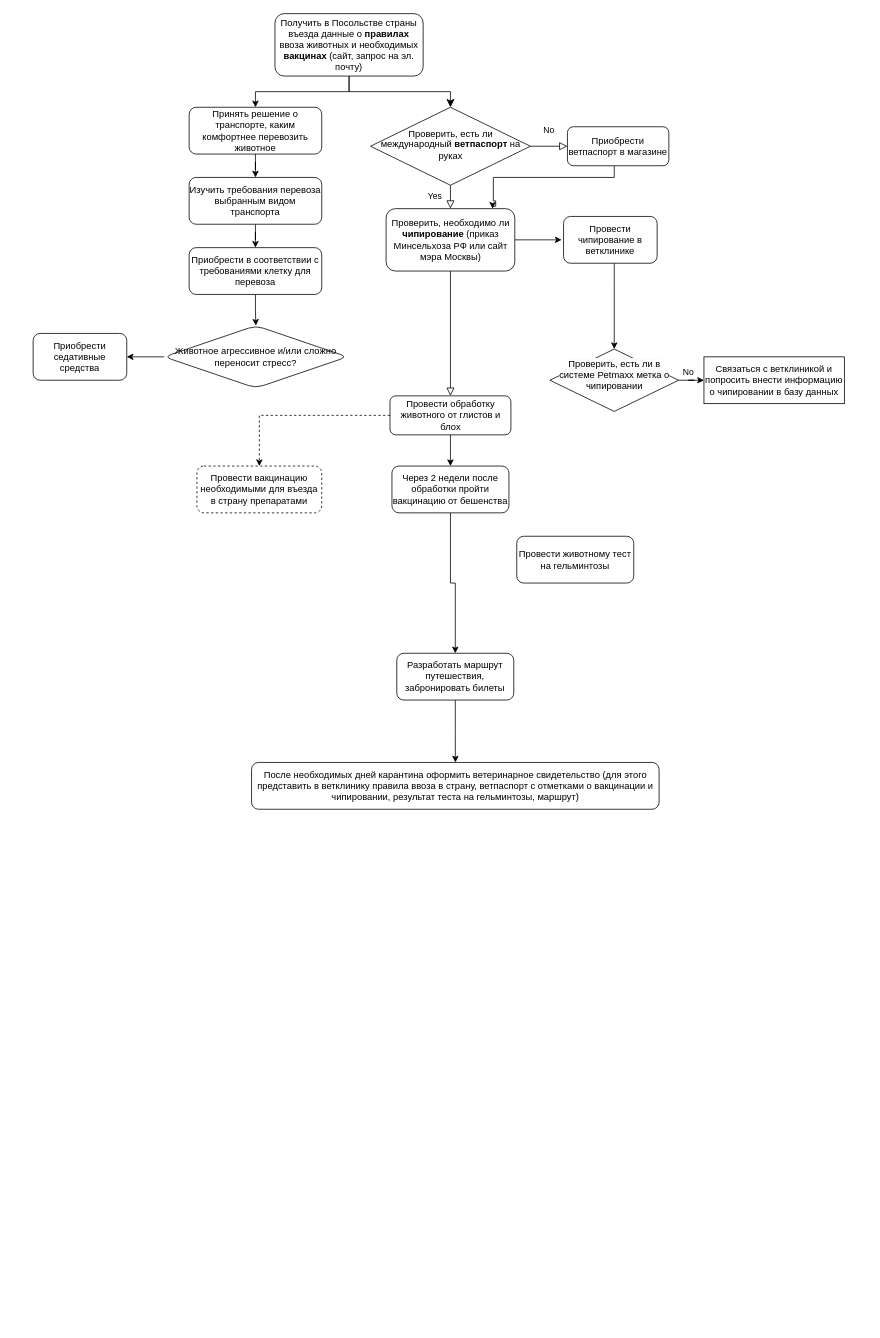
ttachyon/test_task_Kontur keeps this draw.io diagram as Диаграмма без названия.drawio.xml. Above is the earlier version. Source tidied: cells renumbered, new cells numbered last; positions are measured from the earlier drawing's top-left corner, leaving out a move shared by most shapes. Both pictures are drawn from the tidied source at 78%, with x=0, y=0 at pixel (33, 13).
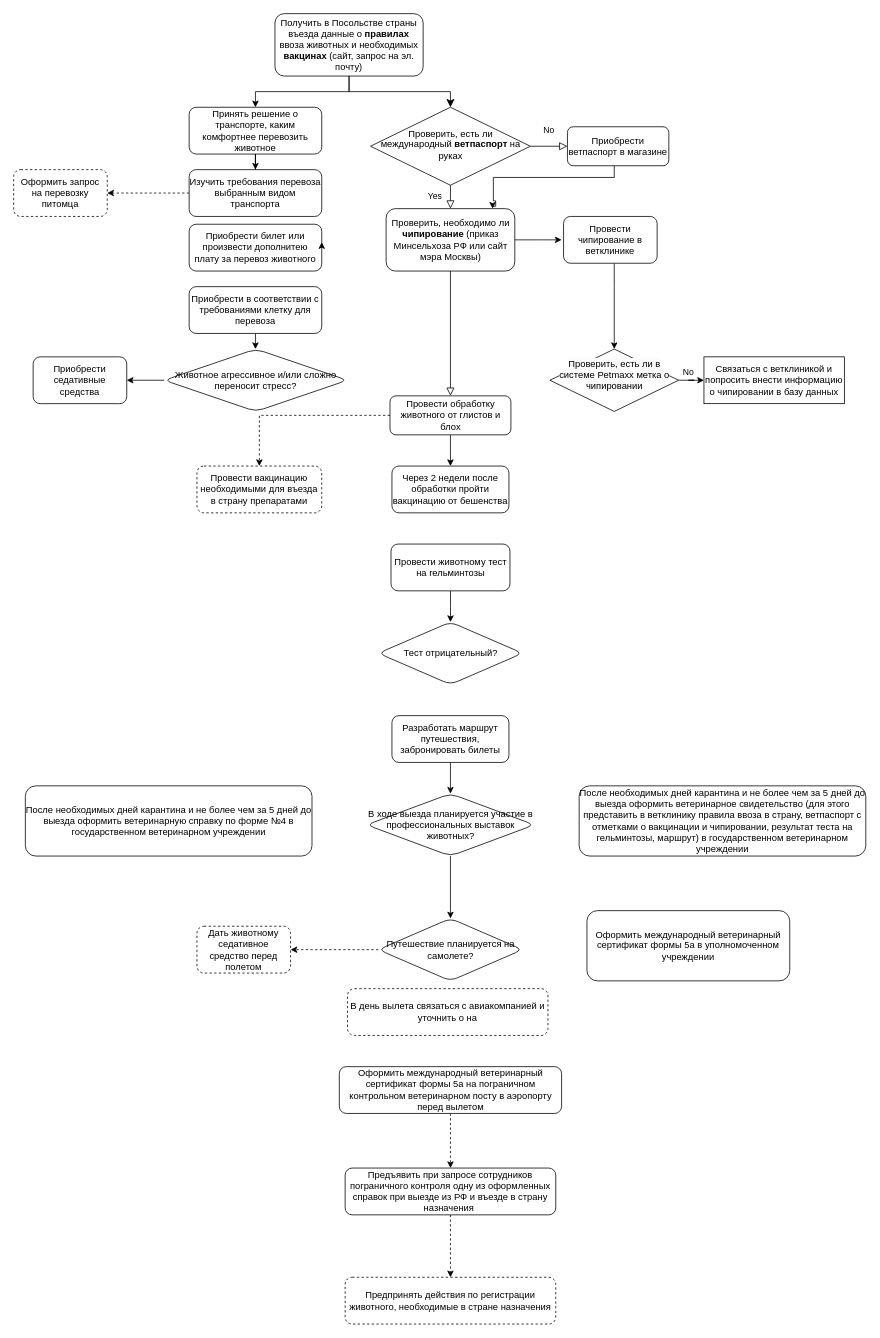
The same page after the edit.

Unchanged cells that the change refers to:
```xml
<mxCell id="22" value="Через 2 недели после обработки пройти вакцинацию от бешенства" style="whiteSpace=wrap;html=1;rounded=1;glass=0;strokeWidth=1;shadow=0;" parent="1" vertex="1">
  <mxGeometry x="460" y="580" width="150" height="60" as="geometry" />
</mxCell>
```

Diff of the diagram source:
```diff
@@
-    <mxCell id="21" style="edgeStyle=orthogonalEdgeStyle;rounded=0;jettySize=auto;html=1;endArrow=classic;endFill=1;" parent="1" edge="1" source="22" target="34">
-      <mxGeometry relative="1" as="geometry" />
-    </mxCell>
@@
-    <mxCell id="25" style="edgeStyle=orthogonalEdgeStyle;rounded=0;jettySize=auto;html=1;endArrow=classic;endFill=1;" parent="1" edge="1" source="26" target="28">
-      <mxGeometry relative="1" as="geometry" />
-    </mxCell>
+    <mxCell id="37" style="edgeStyle=orthogonalEdgeStyle;rounded=0;jettySize=auto;html=1;dashed=1;endArrow=classic;endFill=1;" parent="1" edge="1" source="26" target="53">
+      <mxGeometry relative="1" as="geometry" />
+    </mxCell>
     <mxCell id="26" value="Изучить требования перевоза выбранным видом транспорта" style="whiteSpace=wrap;html=1;rounded=1;glass=0;strokeWidth=1;shadow=0;" parent="1" vertex="1">
-      <mxGeometry x="200" y="210" width="170" height="60" as="geometry" />
+      <mxGeometry x="200" y="200" width="170" height="60" as="geometry" />
     </mxCell>
@@
     <mxCell id="28" value="Приобрести в соответствии с требованиями клетку для перевоза" style="whiteSpace=wrap;html=1;rounded=1;glass=0;strokeWidth=1;shadow=0;" parent="1" vertex="1">
-      <mxGeometry x="200" y="300" width="170" height="60" as="geometry" />
+      <mxGeometry x="200" y="350" width="170" height="60" as="geometry" />
     </mxCell>
@@
     <mxCell id="30" value="Животное агрессивное и/или сложно переносит стресс?" style="rhombus;whiteSpace=wrap;html=1;rounded=1;glass=0;strokeWidth=1;shadow=0;" parent="1" vertex="1">
-      <mxGeometry x="168" y="400" width="235" height="80" as="geometry" />
+      <mxGeometry x="168" y="430" width="235" height="80" as="geometry" />
     </mxCell>
     <mxCell id="31" value="Приобрести седативные средства" style="whiteSpace=wrap;html=1;rounded=1;glass=0;strokeWidth=1;shadow=0;" parent="1" vertex="1">
-      <mxGeometry y="410" width="120" height="60" as="geometry" />
+      <mxGeometry y="440" width="120" height="60" as="geometry" />
     </mxCell>
@@
-    <mxCell id="33" style="edgeStyle=orthogonalEdgeStyle;rounded=0;jettySize=auto;html=1;endArrow=classic;endFill=1;" parent="1" edge="1" source="34" target="35">
-      <mxGeometry relative="1" as="geometry" />
-    </mxCell>
+    <mxCell id="38" style="edgeStyle=orthogonalEdgeStyle;rounded=0;jettySize=auto;html=1;endArrow=classic;endFill=1;" parent="1" edge="1" source="34" target="42">
+      <mxGeometry relative="1" as="geometry" />
+    </mxCell>
     <mxCell id="34" value="Разработать маршрут путешествия, забронировать билеты" style="whiteSpace=wrap;html=1;rounded=1;glass=0;strokeWidth=1;shadow=0;" parent="1" vertex="1">
-      <mxGeometry x="466.2" y="820" width="150" height="60" as="geometry" />
+      <mxGeometry x="460" y="900" width="150" height="60" as="geometry" />
     </mxCell>
-    <mxCell id="35" value="После необходимых дней карантина оформить ветеринарное свидетельство (для этого представить в ветклинику правила ввоза в страну, ветпаспорт с отметками о вакцинации и чипировании, результат теста на гельминтозы, маршрут)" style="whiteSpace=wrap;html=1;rounded=1;glass=0;strokeWidth=1;shadow=0;" parent="1" vertex="1">
-      <mxGeometry x="280" y="960" width="522.5" height="60" as="geometry" />
+    <mxCell id="35" value="После необходимых дней карантина и не более чем за 5 дней до выезда&amp;nbsp;оформить ветеринарное свидетельство (для этого представить в ветклинику правила ввоза в страну, ветпаспорт с отметками о вакцинации и чипировании, результат теста на гельминтозы, маршрут) в государственном ветеринарном учреждении" style="whiteSpace=wrap;html=1;rounded=1;glass=0;strokeWidth=1;shadow=0;" parent="1" vertex="1">
+      <mxGeometry x="700" y="990" width="367.5" height="90" as="geometry" />
     </mxCell>
+    <mxCell id="39" style="edgeStyle=orthogonalEdgeStyle;rounded=0;jettySize=auto;html=1;endArrow=classic;endFill=1;" parent="1" edge="1" source="36" target="40">
+      <mxGeometry relative="1" as="geometry" />
+    </mxCell>
     <mxCell id="36" value="Провести животному тест на гельминтозы" style="whiteSpace=wrap;html=1;rounded=1;glass=0;strokeWidth=1;shadow=0;" parent="1" vertex="1">
-      <mxGeometry x="620" y="670" width="150" height="60" as="geometry" />
+      <mxGeometry x="458.8" y="680" width="152.5" height="60" as="geometry" />
     </mxCell>
+    <mxCell id="40" value="Тест отрицательный?" style="rhombus;whiteSpace=wrap;html=1;rounded=1;glass=0;strokeWidth=1;shadow=0;" parent="1" vertex="1">
+      <mxGeometry x="442.5" y="780" width="185" height="80" as="geometry" />
+    </mxCell>
+    <mxCell id="41" style="edgeStyle=orthogonalEdgeStyle;rounded=0;jettySize=auto;html=1;endArrow=classic;endFill=1;" parent="1" edge="1" source="42" target="45">
+      <mxGeometry relative="1" as="geometry" />
+    </mxCell>
+    <mxCell id="42" value="В ходе выезда планируется участие в профессиональных выставок животных?" style="rhombus;whiteSpace=wrap;html=1;rounded=1;glass=0;strokeWidth=1;shadow=0;" parent="1" vertex="1">
+      <mxGeometry x="427.5" y="1000" width="215" height="80" as="geometry" />
+    </mxCell>
+    <mxCell id="43" value="После необходимых дней карантина и не более чем за 5 дней до выезда оформить ветеринарную справку по форме №4 в государственном ветеринарном учреждении" style="whiteSpace=wrap;html=1;rounded=1;glass=0;strokeWidth=1;shadow=0;" parent="1" vertex="1">
+      <mxGeometry x="-10" y="990" width="367.5" height="90" as="geometry" />
+    </mxCell>
+    <mxCell id="44" style="edgeStyle=orthogonalEdgeStyle;rounded=0;jettySize=auto;html=1;endArrow=classic;endFill=1;dashed=1;" parent="1" edge="1" source="45" target="49">
+      <mxGeometry relative="1" as="geometry" />
+    </mxCell>
+    <mxCell id="45" value="Путешествие планируется на самолете?" style="rhombus;whiteSpace=wrap;html=1;rounded=1;glass=0;strokeWidth=1;shadow=0;" parent="1" vertex="1">
+      <mxGeometry x="442.5" y="1160" width="185" height="80" as="geometry" />
+    </mxCell>
+    <mxCell id="46" value="Оформить&amp;nbsp;международный ветеринарный сертификат формы 5а в уполномоченном учреждении" style="whiteSpace=wrap;html=1;rounded=1;glass=0;strokeWidth=1;shadow=0;" parent="1" vertex="1">
+      <mxGeometry x="710" y="1150" width="260" height="90" as="geometry" />
+    </mxCell>
+    <mxCell id="47" style="edgeStyle=orthogonalEdgeStyle;rounded=0;jettySize=auto;html=1;dashed=1;endArrow=classic;endFill=1;" parent="1" edge="1" source="48" target="51">
+      <mxGeometry relative="1" as="geometry" />
+    </mxCell>
+    <mxCell id="48" value="Оформить&amp;nbsp;международный ветеринарный сертификат формы 5а на пограничном контрольном ветеринарном посту в аэропорту перед вылетом" style="whiteSpace=wrap;html=1;rounded=1;glass=0;strokeWidth=1;shadow=0;" parent="1" vertex="1">
+      <mxGeometry x="392.5" y="1350" width="285" height="60" as="geometry" />
+    </mxCell>
+    <mxCell id="49" value="Дать животному седативное средство перед полетом" style="whiteSpace=wrap;html=1;rounded=1;glass=0;strokeWidth=1;shadow=0;dashed=1;" parent="1" vertex="1">
+      <mxGeometry x="210" y="1170" width="120" height="60" as="geometry" />
+    </mxCell>
+    <mxCell id="50" style="edgeStyle=orthogonalEdgeStyle;rounded=0;jettySize=auto;html=1;dashed=1;endArrow=classic;endFill=1;" parent="1" edge="1" source="51" target="56">
+      <mxGeometry relative="1" as="geometry" />
+    </mxCell>
+    <mxCell id="51" value="Предъявить при запросе сотрудников пограничного контроля одну из оформленных справок при выезде из РФ и въезде в страну назначения&amp;nbsp;" style="whiteSpace=wrap;html=1;rounded=1;glass=0;strokeWidth=1;shadow=0;" parent="1" vertex="1">
+      <mxGeometry x="400" y="1480" width="270" height="60" as="geometry" />
+    </mxCell>
+    <mxCell id="52" value="В день вылета связаться с авиакомпанией и уточнить о на" style="rounded=1;whiteSpace=wrap;html=1;dashed=1;" parent="1" vertex="1">
+      <mxGeometry x="403" y="1250" width="257" height="60" as="geometry" />
+    </mxCell>
+    <mxCell id="53" value="Оформить запрос на&amp;nbsp;перевозку питомца" style="whiteSpace=wrap;html=1;rounded=1;glass=0;strokeWidth=1;shadow=0;dashed=1;" parent="1" vertex="1">
+      <mxGeometry x="-25" y="200" width="120" height="60" as="geometry" />
+    </mxCell>
+    <mxCell id="54" value="Приобрести билет или произвести дополнитею плату за перевоз животного" style="whiteSpace=wrap;html=1;rounded=1;glass=0;strokeWidth=1;shadow=0;" parent="1" vertex="1">
+      <mxGeometry x="200" y="270" width="170" height="60" as="geometry" />
+    </mxCell>
+    <mxCell id="55" style="edgeStyle=orthogonalEdgeStyle;rounded=0;orthogonalLoop=1;jettySize=auto;html=1;exitX=1;exitY=0.5;exitDx=0;exitDy=0;entryX=1;entryY=0.383;entryDx=0;entryDy=0;entryPerimeter=0;dashed=1;endArrow=classic;endFill=1;" parent="1" edge="1" source="54" target="54">
+      <mxGeometry relative="1" as="geometry" />
+    </mxCell>
+    <mxCell id="56" value="Предпринять действия по регистрации животного, необходимые в стране назначения" style="whiteSpace=wrap;html=1;rounded=1;glass=0;strokeWidth=1;shadow=0;dashed=1;" parent="1" vertex="1">
+      <mxGeometry x="400" y="1620" width="270" height="60" as="geometry" />
+    </mxCell>
```
